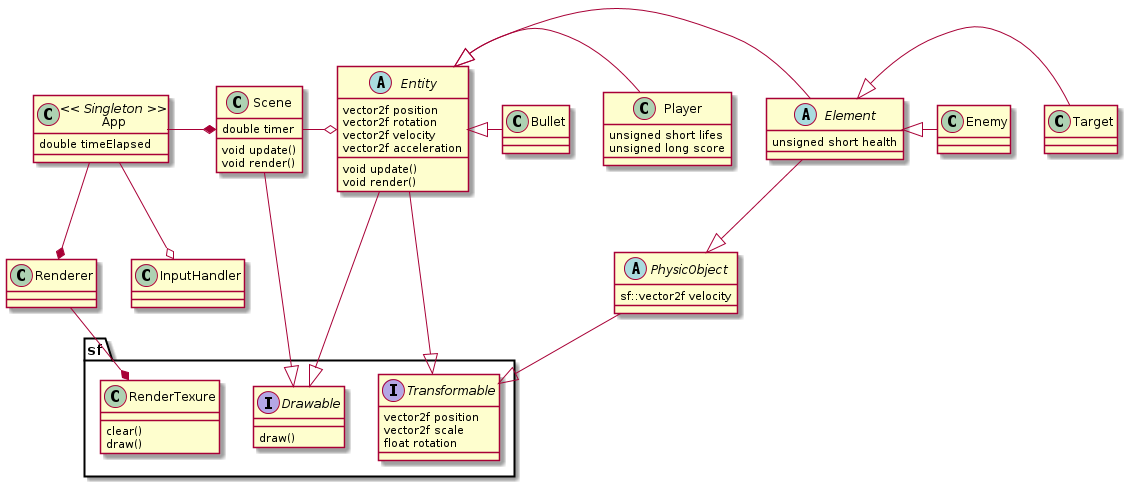
Earlier version of the PlantUML export examples/dodger/UML_diagram.png (Pixotters/FROG).
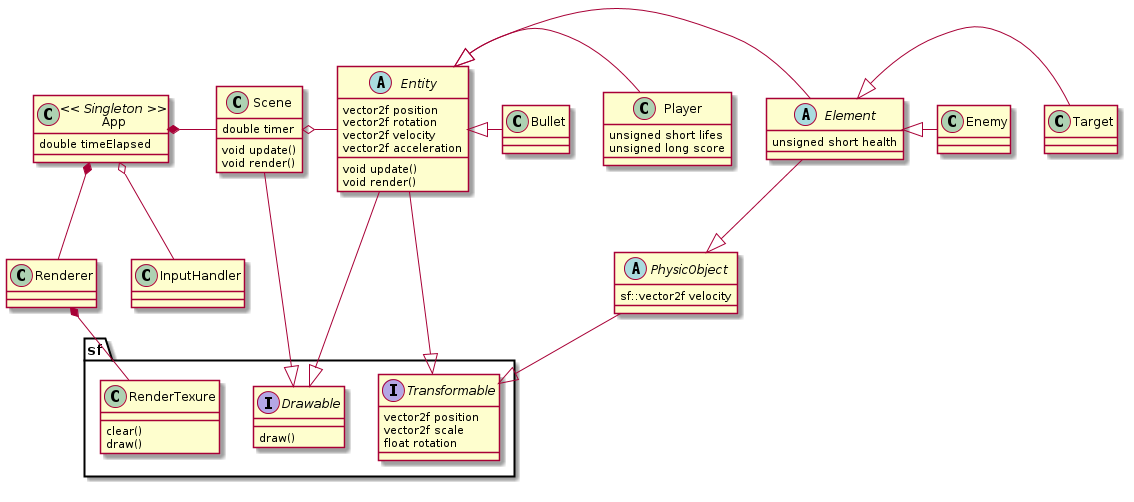
Above is the later version.

Commit message:
inverted composition arrows, added the .pu for versionning

Diff of the diagram source:
```diff
@@ -47,11 +47,11 @@
          sf::vector2f velocity
 }
 
-App --o InputHandler
-App --* Renderer
-Renderer --* sf.RenderTexure
-App -left-* Scene
-Scene -left-o Entity
+App o-- InputHandler
+App *-- Renderer
+Renderer *-- sf.RenderTexure
+App *-right- Scene
+Scene o-right- Entity
 Element -left-|> Entity
 Element --|> PhysicObject
 PhysicObject --|> sf.Transformable
```
